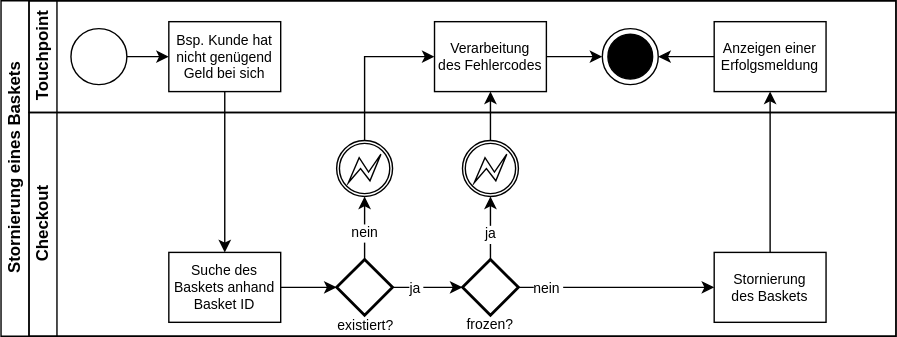
Earlier version of the draw.io export svg/SL Basketstornierung.svg (Thalmaier/bachelor-thesis). Source tidied: cells renumbered, new cells last; positions are measured from the earlier drawing's top-left corner, leaving out a move shared by most shapes.
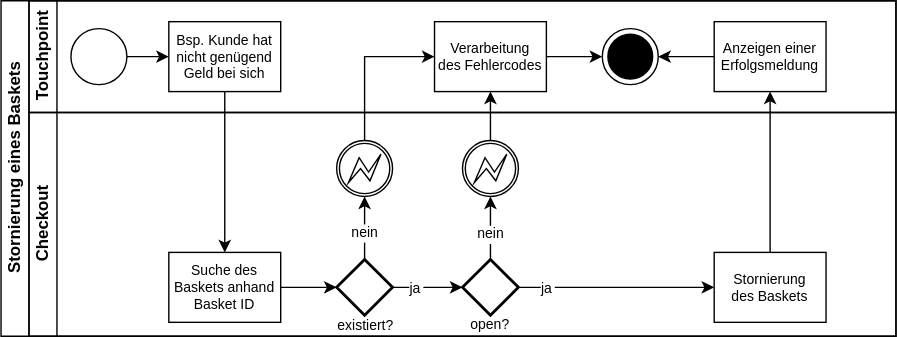
Later version of the same file.

What changed in the source:
```diff
@@ -75,7 +75,7 @@
     <mxCell id="24" style="edgeStyle=orthogonalEdgeStyle;rounded=0;jettySize=auto;html=1;fontSize=10;fontColor=#000000;strokeColor=#000000;" parent="15" edge="1" source="26" target="23">
       <mxGeometry relative="1" as="geometry" />
     </mxCell>
-    <mxCell id="25" value="nein" style="edgeLabel;align=center;verticalAlign=middle;fontSize=10;fontColor=#000000;labelBackgroundColor=#FFFFFF;" parent="24" vertex="1">
+    <mxCell id="25" value="ja" style="edgeLabel;align=center;verticalAlign=middle;fontSize=10;fontColor=#000000;labelBackgroundColor=#FFFFFF;" parent="24" vertex="1">
       <mxGeometry x="-0.12" relative="1" as="geometry">
         <mxPoint x="-42" as="offset" />
       </mxGeometry>
@@ -89,10 +89,10 @@
     <mxCell id="28" style="edgeStyle=orthogonalEdgeStyle;rounded=0;jettySize=auto;html=1;fontSize=10;fontColor=#000000;strokeColor=#000000;exitX=0.5;exitY=0;exitDx=0;exitDy=0;exitPerimeter=0;entryX=0.5;entryY=1;entryDx=0;entryDy=0;entryPerimeter=0;" parent="15" edge="1" source="26" target="27">
       <mxGeometry relative="1" as="geometry" />
     </mxCell>
-    <mxCell id="29" value="ja" style="edgeLabel;align=center;verticalAlign=middle;fontSize=10;fontColor=#000000;labelBackgroundColor=#FFFFFF;" parent="28" vertex="1">
+    <mxCell id="29" value="nein" style="edgeLabel;align=center;verticalAlign=middle;fontSize=10;fontColor=#000000;labelBackgroundColor=#FFFFFF;" parent="28" vertex="1">
       <mxGeometry x="-0.16" relative="1" as="geometry" />
     </mxCell>
-    <mxCell id="30" value="frozen?" style="text;strokeColor=none;fillColor=none;align=center;verticalAlign=middle;fontSize=10;fontColor=#000000;labelBackgroundColor=none;" parent="15" vertex="1">
+    <mxCell id="30" value="open?" style="text;strokeColor=none;fillColor=none;align=center;verticalAlign=middle;fontSize=10;fontColor=#000000;labelBackgroundColor=none;" parent="15" vertex="1">
       <mxGeometry x="302.5" y="146" width="55" height="10" as="geometry" />
     </mxCell>
     <mxCell id="31" style="strokeWidth=2;html=1;shape=mxgraph.flowchart.decision;whiteSpace=wrap;fontSize=10;fontColor=#000000;fillColor=#FFFFFF;strokeColor=#000000;" parent="15" vertex="1">
```
